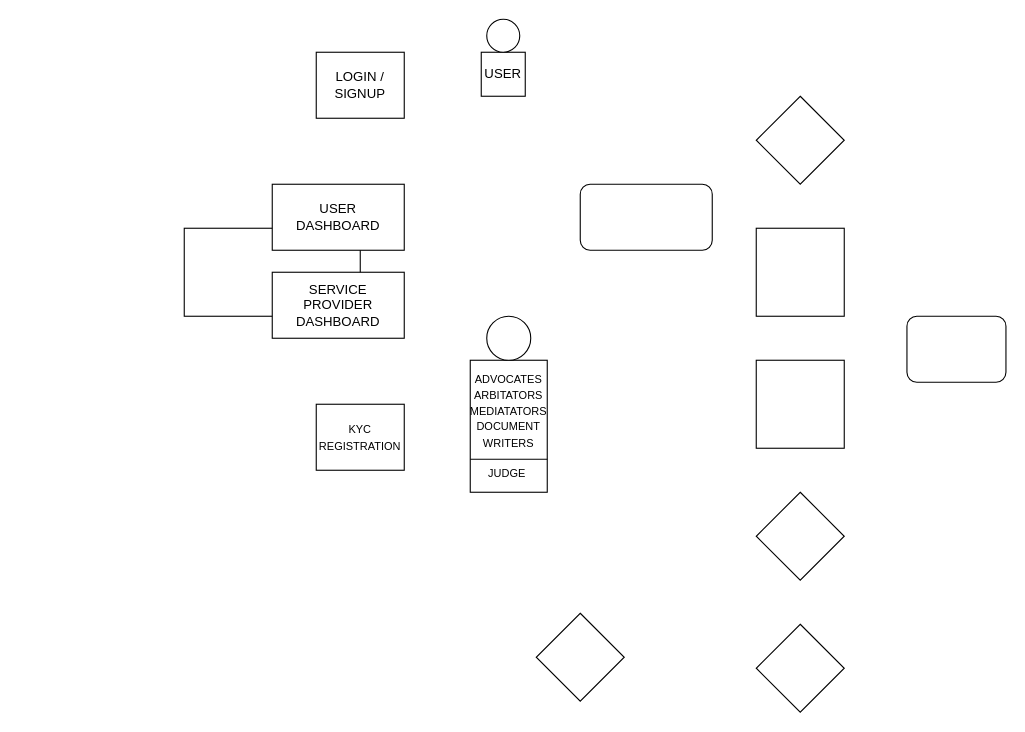
Earlier version of the draw.io diagram ss.drawio (Anuradha-Naidu/demo). Source tidied: cells renumbered, new cells numbered last; positions are measured from the earlier drawing's top-left corner, leaving out a move shared by most shapes. Both pictures are drawn from the tidied source at 110%, with x=0, y=0 at pixel (184, 19).
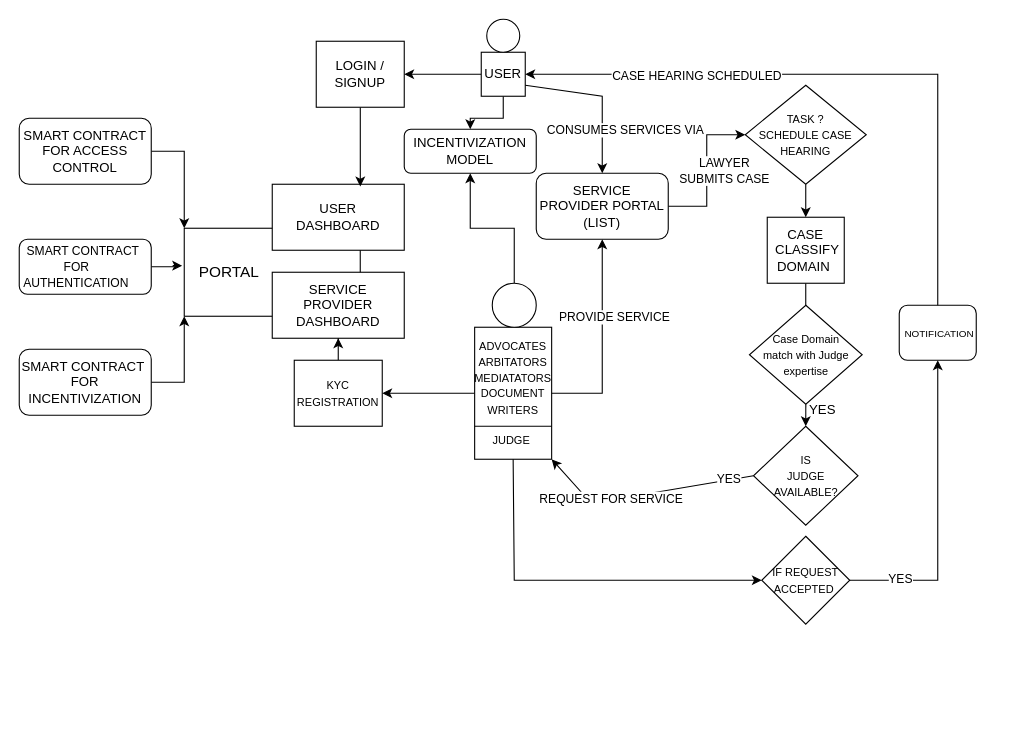
After the change.

Unchanged cells that the change refers to:
```xml
<mxCell id="3" value="SERVICE PROVIDER DASHBOARD" style="rounded=0;whiteSpace=wrap;html=1;" parent="1" vertex="1">
  <mxGeometry x="80" y="230" width="120" height="60" as="geometry" />
</mxCell>
<mxCell id="4" value="USER &lt;br&gt;DASHBOARD" style="rounded=0;whiteSpace=wrap;html=1;" parent="1" vertex="1">
  <mxGeometry x="80" y="150" width="120" height="60" as="geometry" />
</mxCell>
<mxCell id="8" value="USER" style="rounded=0;whiteSpace=wrap;html=1;" parent="1" vertex="1">
  <mxGeometry x="270" y="30" width="40" height="40" as="geometry" />
</mxCell>
```

Change to the diagram source:
```diff
@@
-    <mxCell id="2" style="rounded=0;whiteSpace=wrap;html=1;" parent="1" vertex="1">
+    <mxCell id="2" value="&lt;div style=&quot;&quot;&gt;&lt;font style=&quot;font-size: 14px;&quot;&gt;&amp;nbsp; &amp;nbsp;PORTAL&lt;/font&gt;&lt;/div&gt;" style="rounded=0;whiteSpace=wrap;html=1;align=left;" parent="1" vertex="1">
       <mxGeometry y="190" width="160" height="80" as="geometry" />
     </mxCell>
@@
+    <mxCell id="20" style="edgeStyle=orthogonalEdgeStyle;rounded=0;jettySize=auto;html=1;entryX=0.667;entryY=0.033;entryDx=0;entryDy=0;entryPerimeter=0;" parent="1" edge="1" source="5" target="4">
+      <mxGeometry relative="1" as="geometry" />
+    </mxCell>
     <mxCell id="5" value="LOGIN / SIGNUP" style="rounded=0;whiteSpace=wrap;html=1;" parent="1" vertex="1">
-      <mxGeometry x="120" y="30" width="80" height="60" as="geometry" />
+      <mxGeometry x="120" y="20" width="80" height="60" as="geometry" />
     </mxCell>
+    <mxCell id="21" style="edgeStyle=orthogonalEdgeStyle;rounded=0;jettySize=auto;html=1;" parent="1" edge="1" source="6" target="3">
+      <mxGeometry relative="1" as="geometry" />
+    </mxCell>
     <mxCell id="6" value="&lt;font style=&quot;font-size: 10px;&quot;&gt;KYC REGISTRATION&lt;/font&gt;" style="rounded=0;whiteSpace=wrap;html=1;" parent="1" vertex="1">
-      <mxGeometry x="120" y="350" width="80" height="60" as="geometry" />
+      <mxGeometry x="100" y="310" width="80" height="60" as="geometry" />
     </mxCell>
+    <mxCell id="22" style="edgeStyle=orthogonalEdgeStyle;rounded=0;jettySize=auto;html=1;" parent="1" edge="1" source="7" target="6">
+      <mxGeometry relative="1" as="geometry" />
+    </mxCell>
     <mxCell id="7" value="&lt;font style=&quot;font-size: 10px;&quot;&gt;ADVOCATES&lt;br&gt;ARBITATORS&lt;br&gt;MEDIATATORS&lt;br&gt;DOCUMENT WRITERS&lt;br&gt;&lt;br&gt;JUDGE&amp;nbsp;&lt;/font&gt;" style="rounded=0;whiteSpace=wrap;html=1;" parent="1" vertex="1">
-      <mxGeometry x="260" y="310" width="70" height="120" as="geometry" />
+      <mxGeometry x="264" y="280" width="70" height="120" as="geometry" />
     </mxCell>
+    <mxCell id="23" style="edgeStyle=orthogonalEdgeStyle;rounded=0;jettySize=auto;html=1;" parent="1" edge="1" source="8" target="5">
+      <mxGeometry relative="1" as="geometry" />
+    </mxCell>
+    <mxCell id="24" style="edgeStyle=orthogonalEdgeStyle;rounded=0;jettySize=auto;html=1;" parent="1" edge="1" source="8" target="42">
+      <mxGeometry relative="1" as="geometry" />
+    </mxCell>
@@
+    <mxCell id="25" style="edgeStyle=orthogonalEdgeStyle;rounded=0;jettySize=auto;html=1;entryX=0.5;entryY=1;entryDx=0;entryDy=0;" parent="1" edge="1" source="9" target="42">
+      <mxGeometry relative="1" as="geometry" />
+    </mxCell>
     <mxCell id="9" style="ellipse;whiteSpace=wrap;html=1;" parent="1" vertex="1">
-      <mxGeometry x="275" y="270" width="40" height="40" as="geometry" />
+      <mxGeometry x="280" y="240" width="40" height="40" as="geometry" />
     </mxCell>
@@
+    <mxCell id="26" style="edgeStyle=orthogonalEdgeStyle;rounded=0;jettySize=auto;html=1;entryX=0;entryY=0.5;entryDx=0;entryDy=0;" parent="1" edge="1" source="11" target="12">
+      <mxGeometry relative="1" as="geometry" />
+    </mxCell>
+    <mxCell id="27" value="LAWYER &lt;br&gt;SUBMITS CASE" style="edgeLabel;html=1;align=center;verticalAlign=middle;" parent="26" vertex="1">
+      <mxGeometry x="0.01" y="-1" relative="1" as="geometry">
+        <mxPoint x="14" as="offset" />
+      </mxGeometry>
+    </mxCell>
+    <mxCell id="28" style="edgeStyle=orthogonalEdgeStyle;rounded=0;jettySize=auto;html=1;exitX=1;exitY=0.5;exitDx=0;exitDy=0;entryX=0.5;entryY=1;entryDx=0;entryDy=0;" parent="1" edge="1" source="7" target="11">
+      <mxGeometry relative="1" as="geometry">
+        <Array as="points">
+          <mxPoint x="380" y="340" />
+        </Array>
+      </mxGeometry>
+    </mxCell>
+    <mxCell id="29" value="PROVIDE SERVICE" style="edgeLabel;html=1;align=center;verticalAlign=middle;" parent="28" vertex="1">
+      <mxGeometry x="0.16" y="-4" relative="1" as="geometry">
+        <mxPoint x="6" y="-8" as="offset" />
+      </mxGeometry>
+    </mxCell>
-    <mxCell id="11" style="rounded=1;whiteSpace=wrap;html=1;" parent="1" vertex="1">
-      <mxGeometry x="360" y="150" width="120" height="60" as="geometry" />
+    <mxCell id="11" value="SERVICE PROVIDER PORTAL (LIST)" style="rounded=1;whiteSpace=wrap;html=1;" parent="1" vertex="1">
+      <mxGeometry x="320" y="140" width="120" height="60" as="geometry" />
     </mxCell>
+    <mxCell id="30" style="edgeStyle=orthogonalEdgeStyle;rounded=0;jettySize=auto;html=1;" parent="1" edge="1" source="12" target="13">
+      <mxGeometry relative="1" as="geometry" />
+    </mxCell>
-    <mxCell id="12" style="rhombus;whiteSpace=wrap;html=1;" parent="1" vertex="1">
-      <mxGeometry x="520" y="70" width="80" height="80" as="geometry" />
+    <mxCell id="12" value="&lt;font style=&quot;font-size: 10px;&quot;&gt;TASK ? &lt;br&gt;SCHEDULE CASE HEARING&lt;/font&gt;" style="rhombus;whiteSpace=wrap;html=1;" parent="1" vertex="1">
+      <mxGeometry x="510" y="60" width="110" height="90" as="geometry" />
     </mxCell>
+    <mxCell id="31" style="edgeStyle=orthogonalEdgeStyle;rounded=0;jettySize=auto;html=1;" parent="1" edge="1" source="13">
+      <mxGeometry relative="1" as="geometry">
+        <mxPoint x="565" y="300" as="targetPoint" />
+      </mxGeometry>
+    </mxCell>
-    <mxCell id="13" style="rounded=0;whiteSpace=wrap;html=1;" parent="1" vertex="1">
-      <mxGeometry x="520" y="190" width="80" height="80" as="geometry" />
+    <mxCell id="13" value="&lt;span style=&quot;white-space: pre;&quot;&gt;CASE&lt;br/&gt; CLASSIFY&lt;br/&gt;DOMAIN &lt;br&gt;&lt;/span&gt;" style="rounded=0;whiteSpace=wrap;html=1;align=center;" parent="1" vertex="1">
+      <mxGeometry x="530" y="180" width="70" height="60" as="geometry" />
     </mxCell>
-    <mxCell id="14" style="rounded=0;whiteSpace=wrap;html=1;" parent="1" vertex="1">
-      <mxGeometry x="520" y="310" width="80" height="80" as="geometry" />
-    </mxCell>
-    <mxCell id="15" style="rhombus;whiteSpace=wrap;html=1;" parent="1" vertex="1">
-      <mxGeometry x="520" y="430" width="80" height="80" as="geometry" />
-    </mxCell>
-    <mxCell id="16" style="rhombus;whiteSpace=wrap;html=1;" parent="1" vertex="1">
-      <mxGeometry x="520" y="550" width="80" height="80" as="geometry" />
-    </mxCell>
-    <mxCell id="17" style="rhombus;whiteSpace=wrap;html=1;" parent="1" vertex="1">
-      <mxGeometry x="320" y="540" width="80" height="80" as="geometry" />
+    <mxCell id="17" value="&lt;font style=&quot;font-size: 10px;&quot;&gt;IF REQUEST ACCEPTED&amp;nbsp;&lt;/font&gt;" style="rhombus;whiteSpace=wrap;html=1;" parent="1" vertex="1">
+      <mxGeometry x="525" y="470" width="80" height="80" as="geometry" />
     </mxCell>
-    <mxCell id="18" style="rounded=1;whiteSpace=wrap;html=1;" parent="1" vertex="1">
-      <mxGeometry x="657" y="270" width="90" height="60" as="geometry" />
+    <mxCell id="18" value="&amp;nbsp;&lt;font style=&quot;font-size: 9px;&quot;&gt;NOTIFICATION&lt;/font&gt;" style="rounded=1;whiteSpace=wrap;html=1;" parent="1" vertex="1">
+      <mxGeometry x="650" y="260" width="70" height="50" as="geometry" />
     </mxCell>
@@
+    <mxCell id="32" style="endArrow=classic;html=1;rounded=0;entryX=0.5;entryY=0;entryDx=0;entryDy=0;exitX=1;exitY=0.75;exitDx=0;exitDy=0;" parent="1" edge="1" source="8" target="11">
+      <mxGeometry relative="1" as="geometry">
+        <Array as="points">
+          <mxPoint x="380" y="70" />
+        </Array>
+      </mxGeometry>
+    </mxCell>
+    <mxCell id="33" value="CONSUMES SERVICES VIA" style="edgeLabel;html=1;align=center;verticalAlign=middle;" parent="32" vertex="1">
+      <mxGeometry x="0.45" y="-3" relative="1" as="geometry">
+        <mxPoint x="23" y="-1" as="offset" />
+      </mxGeometry>
+    </mxCell>
+    <mxCell id="34" style="endArrow=classic;html=1;rounded=0;entryX=1;entryY=0.5;entryDx=0;entryDy=0;exitX=0.5;exitY=0;exitDx=0;exitDy=0;" parent="1" edge="1" source="18" target="8">
+      <mxGeometry relative="1" as="geometry">
+        <Array as="points">
+          <mxPoint x="685" y="50" />
+        </Array>
+      </mxGeometry>
+    </mxCell>
+    <mxCell id="35" value="CASE HEARING SCHEDULED" style="edgeLabel;html=1;align=center;verticalAlign=middle;" parent="34" vertex="1">
+      <mxGeometry x="0.47" y="1" relative="1" as="geometry" />
+    </mxCell>
+    <mxCell id="36" style="endArrow=classic;html=1;rounded=0;entryX=1;entryY=1;entryDx=0;entryDy=0;exitX=0;exitY=0.5;exitDx=0;exitDy=0;" parent="1" edge="1" source="51" target="7">
+      <mxGeometry relative="1" as="geometry">
+        <Array as="points">
+          <mxPoint x="370" y="440" />
+        </Array>
+      </mxGeometry>
+    </mxCell>
+    <mxCell id="37" value="REQUEST FOR SERVICE" style="edgeLabel;html=1;align=center;verticalAlign=middle;" parent="36" vertex="1">
+      <mxGeometry x="0.3" y="-2" relative="1" as="geometry" />
+    </mxCell>
+    <mxCell id="38" value="YES" style="edgeLabel;html=1;align=center;verticalAlign=middle;" parent="36" vertex="1">
+      <mxGeometry x="-0.77" y="-1" relative="1" as="geometry" />
+    </mxCell>
+    <mxCell id="39" style="endArrow=classic;html=1;rounded=0;entryX=0;entryY=0.5;entryDx=0;entryDy=0;exitX=0.5;exitY=1;exitDx=0;exitDy=0;" parent="1" edge="1" source="7" target="17">
+      <mxGeometry relative="1" as="geometry">
+        <Array as="points">
+          <mxPoint x="300" y="510" />
+        </Array>
+      </mxGeometry>
+    </mxCell>
+    <mxCell id="40" style="endArrow=classic;html=1;rounded=0;entryX=0.5;entryY=1;entryDx=0;entryDy=0;exitX=1;exitY=0.5;exitDx=0;exitDy=0;" parent="1" edge="1" source="17" target="18">
+      <mxGeometry relative="1" as="geometry">
+        <Array as="points">
+          <mxPoint x="685" y="510" />
+        </Array>
+      </mxGeometry>
+    </mxCell>
+    <mxCell id="41" value="YES" style="edgeLabel;html=1;align=center;verticalAlign=middle;" parent="40" vertex="1">
+      <mxGeometry x="-0.68" y="2" relative="1" as="geometry" />
+    </mxCell>
+    <mxCell id="42" value="INCENTIVIZATION&lt;br&gt;MODEL" style="rounded=1;whiteSpace=wrap;html=1;" parent="1" vertex="1">
+      <mxGeometry x="200" y="100" width="120" height="40" as="geometry" />
+    </mxCell>
+    <mxCell id="43" style="edgeStyle=orthogonalEdgeStyle;rounded=0;jettySize=auto;html=1;entryX=0;entryY=1;entryDx=0;entryDy=0;" parent="1" edge="1" source="44" target="2">
+      <mxGeometry relative="1" as="geometry" />
+    </mxCell>
+    <mxCell id="44" value="SMART CONTRACT&amp;nbsp;&lt;br&gt;FOR INCENTIVIZATION" style="rounded=1;whiteSpace=wrap;html=1;" parent="1" vertex="1">
+      <mxGeometry x="-150" y="300" width="120" height="60" as="geometry" />
+    </mxCell>
+    <mxCell id="45" style="edgeStyle=orthogonalEdgeStyle;rounded=0;jettySize=auto;html=1;entryX=-0.012;entryY=0.425;entryDx=0;entryDy=0;entryPerimeter=0;" parent="1" edge="1" source="46" target="2">
+      <mxGeometry relative="1" as="geometry" />
+    </mxCell>
+    <mxCell id="46" value="&lt;p style=&quot;text-align: start;&quot;&gt;&lt;font style=&quot;font-size: 11px;&quot;&gt;&lt;br&gt;&lt;/font&gt;&lt;/p&gt;&lt;p style=&quot;text-align: start;&quot;&gt;&lt;font style=&quot;font-size: 11px;&quot;&gt;&amp;nbsp; SMART CONTRACT &amp;nbsp; &amp;nbsp; &amp;nbsp; &amp;nbsp; &amp;nbsp; &amp;nbsp; &amp;nbsp; &amp;nbsp;FOR &amp;nbsp; &amp;nbsp;AUTHENTICATION&lt;/font&gt;&lt;/p&gt;&lt;p style=&quot;text-align: start;&quot;&gt;&lt;br&gt;&lt;/p&gt;" style="rounded=1;whiteSpace=wrap;html=1;" parent="1" vertex="1">
+      <mxGeometry x="-150" y="200" width="120" height="50" as="geometry" />
+    </mxCell>
+    <mxCell id="47" style="edgeStyle=orthogonalEdgeStyle;rounded=0;jettySize=auto;html=1;entryX=0;entryY=0;entryDx=0;entryDy=0;" parent="1" edge="1" source="48" target="2">
+      <mxGeometry relative="1" as="geometry" />
+    </mxCell>
+    <mxCell id="48" value="SMART CONTRACT FOR ACCESS CONTROL" style="rounded=1;whiteSpace=wrap;html=1;" parent="1" vertex="1">
+      <mxGeometry x="-150" y="90" width="120" height="60" as="geometry" />
+    </mxCell>
+    <mxCell id="49" style="edgeStyle=orthogonalEdgeStyle;rounded=0;orthogonalLoop=1;jettySize=auto;html=1;exitX=0.5;exitY=1;exitDx=0;exitDy=0;" parent="1" edge="1" source="6" target="6">
+      <mxGeometry relative="1" as="geometry" />
+    </mxCell>
+    <mxCell id="50" value="&lt;font style=&quot;font-size: 10px;&quot;&gt;Case Domain &lt;br&gt;match with Judge expertise&lt;/font&gt;" style="rhombus;whiteSpace=wrap;html=1;" parent="1" vertex="1">
+      <mxGeometry x="513.8" y="260" width="102.5" height="90" as="geometry" />
+    </mxCell>
+    <mxCell id="51" value="&lt;font style=&quot;font-size: 10px;&quot;&gt;IS &lt;br&gt;JUDGE AVAILABLE?&lt;/font&gt;" style="rhombus;whiteSpace=wrap;html=1;" parent="1" vertex="1">
+      <mxGeometry x="517.5" y="370" width="95" height="90" as="geometry" />
+    </mxCell>
+    <mxCell id="52" style="endArrow=classic;html=1;rounded=0;entryX=0.5;entryY=0;entryDx=0;entryDy=0;exitX=0.5;exitY=1;exitDx=0;exitDy=0;" parent="1" edge="1" source="50" target="51">
+      <mxGeometry relative="1" as="geometry" />
+    </mxCell>
+    <mxCell id="53" value="YES" style="text;html=1;align=center;verticalAlign=middle;strokeColor=none;fillColor=none;" parent="1" vertex="1">
+      <mxGeometry x="555" y="340" width="50" height="30" as="geometry" />
+    </mxCell>
```
